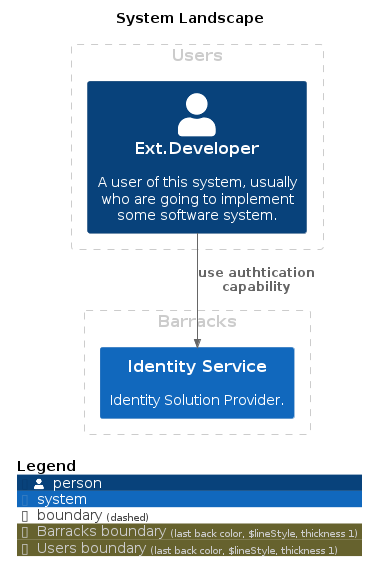
Above: master/png/SystemLandscape.png in IntellectusCorp/passguard-docs (PlantUML), before the change.
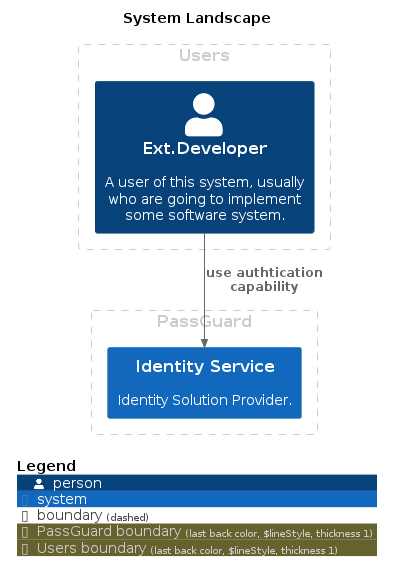
After the change.

The edit, as a diff of the source:
```diff
@@ -7,8 +7,8 @@
 !include <C4/C4>
 !include <C4/C4_Context>
 
-AddBoundaryTag("Barracks", $borderColor="#cccccc", $fontColor="#cccccc", $borderStyle="Dashed", $borderThickness="1")
-Boundary(group_1, "Barracks", $tags="Barracks") {
+AddBoundaryTag("PassGuard", $borderColor="#cccccc", $fontColor="#cccccc", $borderStyle="Dashed", $borderThickness="1")
+Boundary(group_1, "PassGuard", $tags="PassGuard") {
   System(IdentityService, "Identity Service", $descr="Identity Solution Provider.", $tags="", $link="")
 }
 
```
